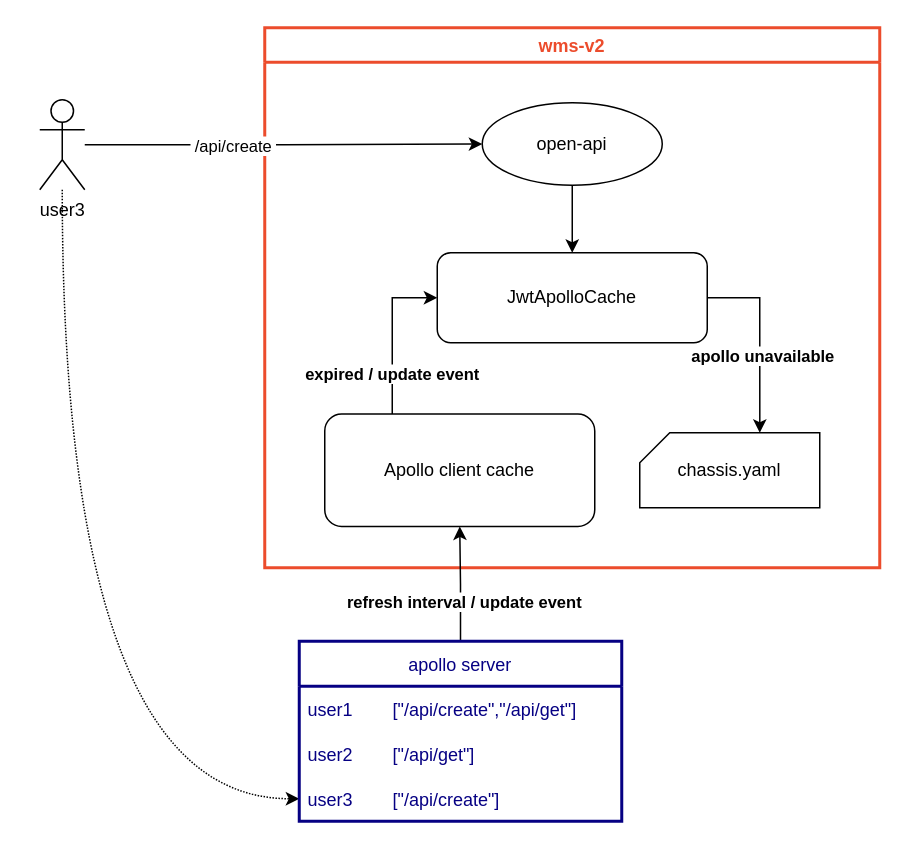
The draw.io diagram jwt-new-desc.drawio in yindongjun/drawio-2, before the edit. Source tidied: cells renumbered, new cells numbered last; positions are measured from the earlier drawing's top-left corner, leaving out a move shared by most shapes. Both pictures are drawn from the tidied source at 150%, with x=0, y=0 at pixel (39, 27).
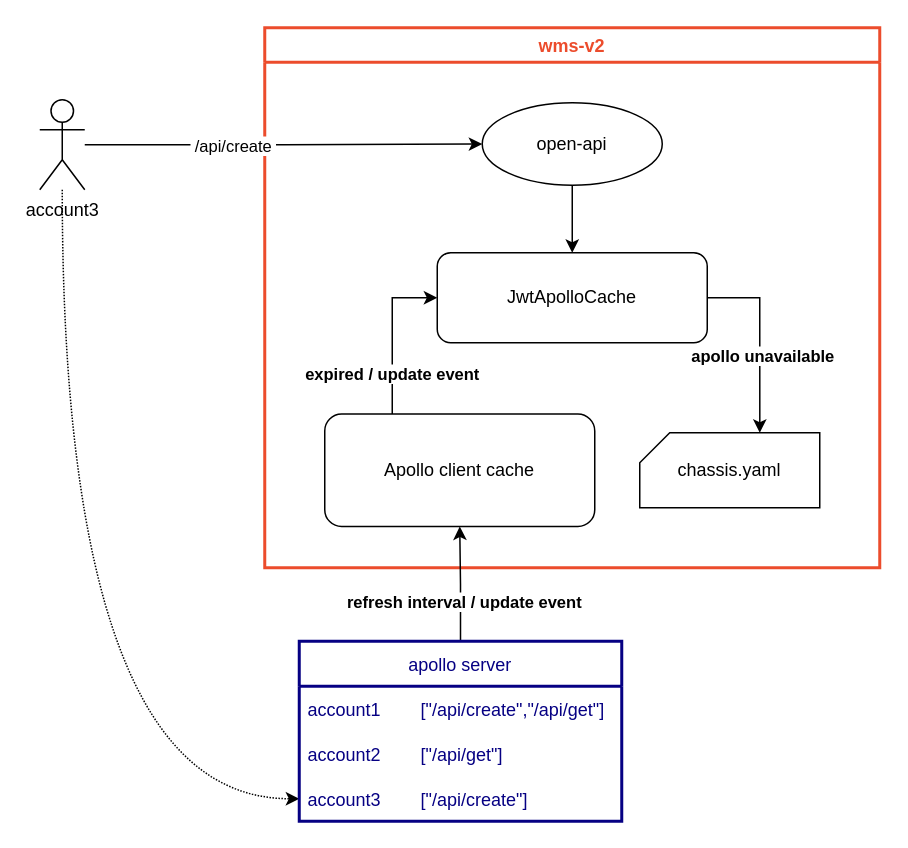
Above is the later version.

The change refers to these unchanged cells:
```xml
<mxCell id="17" value="apollo server" style="swimlane;fontStyle=0;horizontal=1;startSize=30;strokeColor=#060083;strokeWidth=2;fontColor=#060083;" parent="1" vertex="1">
  <mxGeometry x="173" y="409" width="215" height="120" as="geometry" />
</mxCell>
```

Diff of the diagram source:
```diff
@@
-    <mxCell id="14" value="user3" style="shape=umlActor;verticalLabelPosition=bottom;verticalAlign=top;html=1;outlineConnect=0;" parent="1" vertex="1">
+    <mxCell id="14" value="account3" style="shape=umlActor;verticalLabelPosition=bottom;verticalAlign=top;html=1;outlineConnect=0;" parent="1" vertex="1">
       <mxGeometry y="48" width="30" height="60" as="geometry" />
     </mxCell>
@@
-    <mxCell id="18" value="user1        [&quot;/api/create&quot;,&quot;/api/get&quot;]" style="text;strokeColor=none;fillColor=none;align=left;verticalAlign=middle;spacingLeft=4;spacingRight=4;overflow=hidden;fontColor=#060083;" parent="17" vertex="1">
+    <mxCell id="18" value="account1        [&quot;/api/create&quot;,&quot;/api/get&quot;]" style="text;strokeColor=none;fillColor=none;align=left;verticalAlign=middle;spacingLeft=4;spacingRight=4;overflow=hidden;fontColor=#060083;" parent="17" vertex="1">
       <mxGeometry y="30" width="215" height="30" as="geometry" />
     </mxCell>
-    <mxCell id="19" value="user2        [&quot;/api/get&quot;]" style="text;strokeColor=none;fillColor=none;align=left;verticalAlign=middle;spacingLeft=4;spacingRight=4;overflow=hidden;fontColor=#060083;" parent="17" vertex="1">
+    <mxCell id="19" value="account2        [&quot;/api/get&quot;]" style="text;strokeColor=none;fillColor=none;align=left;verticalAlign=middle;spacingLeft=4;spacingRight=4;overflow=hidden;fontColor=#060083;" parent="17" vertex="1">
       <mxGeometry y="60" width="215" height="30" as="geometry" />
     </mxCell>
-    <mxCell id="20" value="user3        [&quot;/api/create&quot;]" style="text;strokeColor=none;fillColor=none;align=left;verticalAlign=middle;spacingLeft=4;spacingRight=4;overflow=hidden;points=[[0,0.5],[1,0.5]];portConstraint=eastwest;fontColor=#060083;" parent="17" vertex="1">
+    <mxCell id="20" value="account3        [&quot;/api/create&quot;]" style="text;strokeColor=none;fillColor=none;align=left;verticalAlign=middle;spacingLeft=4;spacingRight=4;overflow=hidden;points=[[0,0.5],[1,0.5]];portConstraint=eastwest;fontColor=#060083;" parent="17" vertex="1">
       <mxGeometry y="90" width="215" height="30" as="geometry" />
     </mxCell>
```
